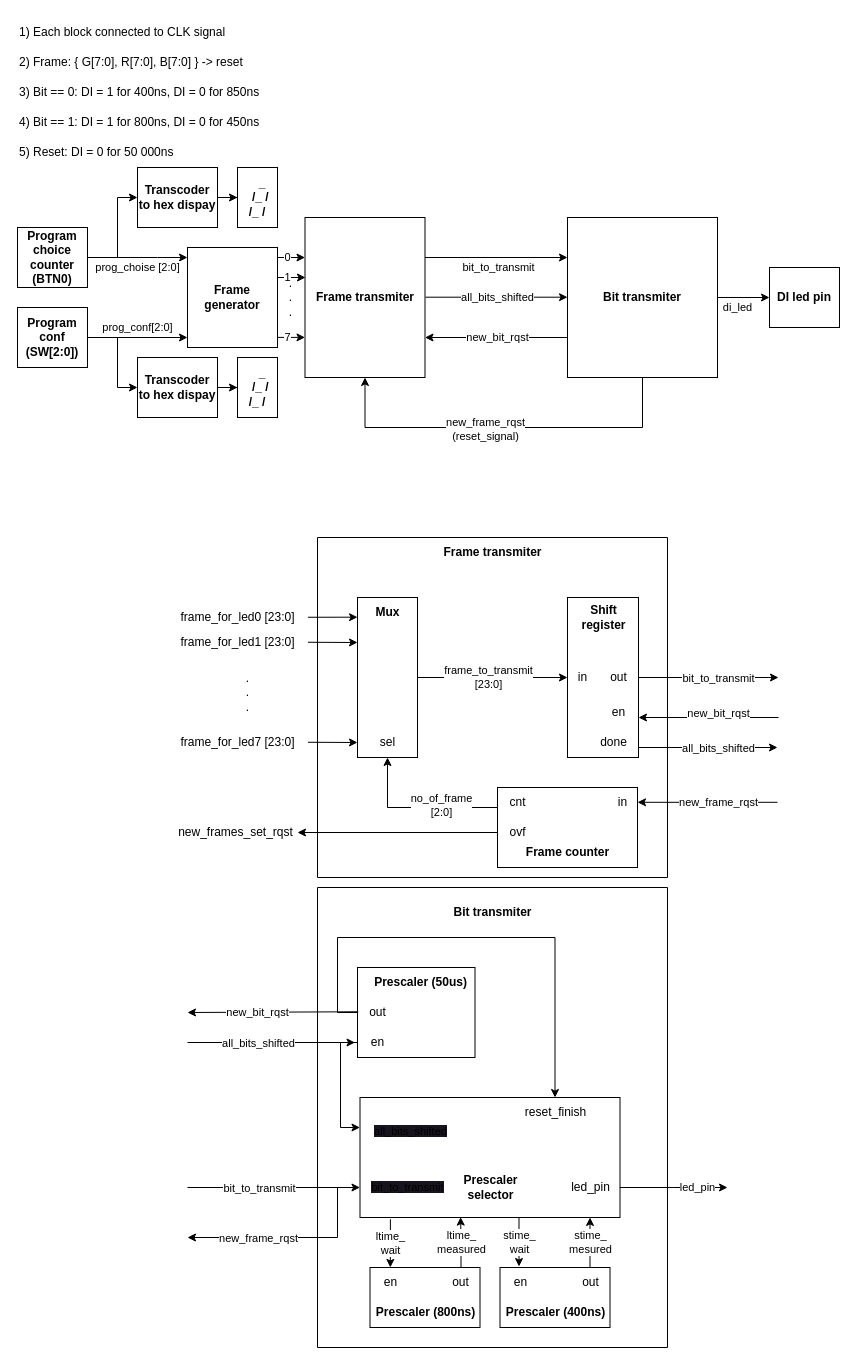
Before: LedSnake.drawio in r-smalec/LedSnake, a draw.io diagram. Source tidied: cells renumbered, new cells numbered last; positions are measured from the earlier drawing's top-left corner, leaving out a move shared by most shapes. Both pictures are drawn from the tidied source at 100%, with x=0, y=0 at pixel (17, 17).
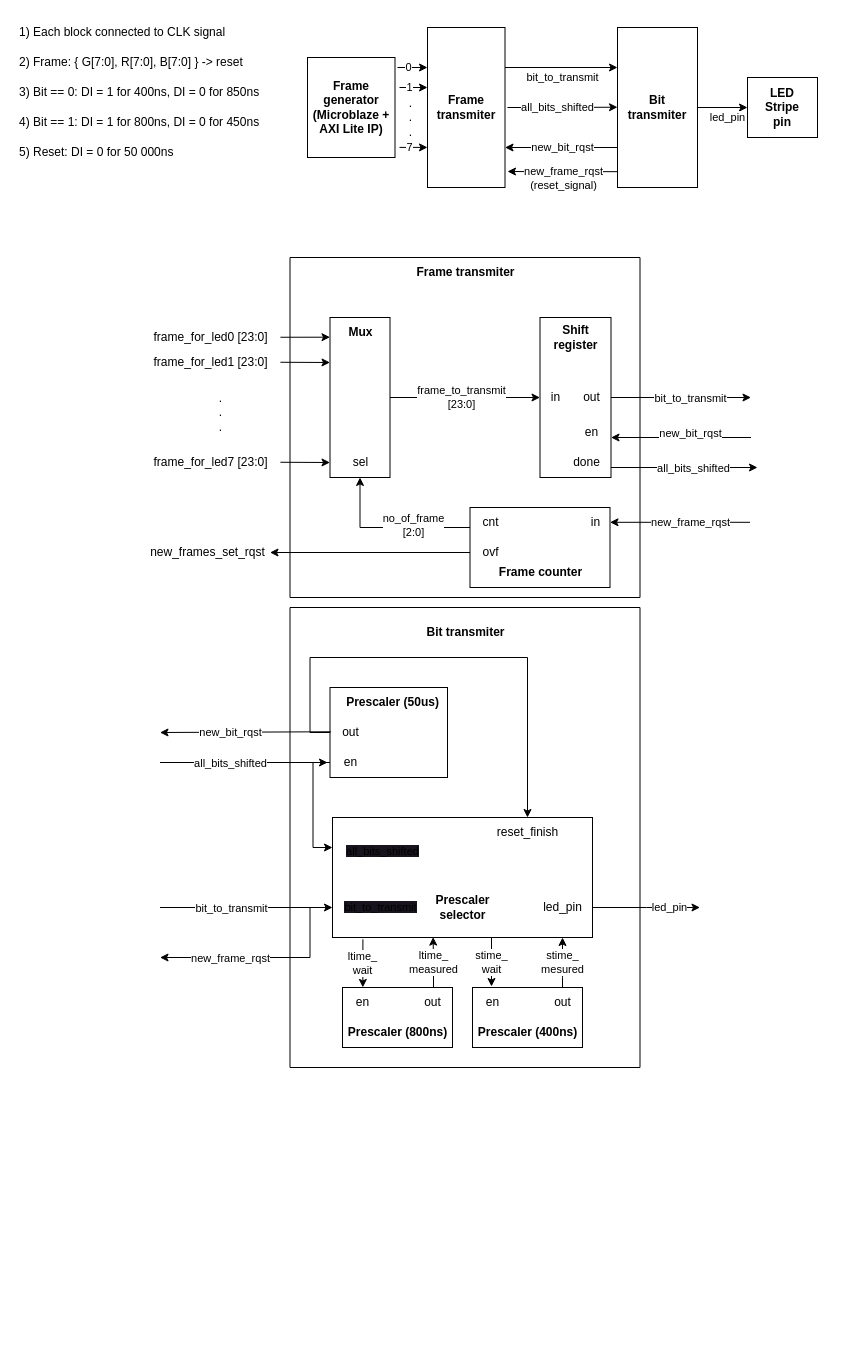
After the change.

Commit message:
Bit trsmitter added

The change refers to these unchanged cells:
```xml
<mxCell id="41" value="done" style="text;html=1;align=center;verticalAlign=middle;points=[];strokeColor=none;fillColor=none;" parent="28" vertex="1">
  <mxGeometry x="271" y="190" width="50" height="30" as="geometry" />
</mxCell>
<mxCell id="53" value="ovf" style="text;html=1;align=center;verticalAlign=middle;points=[];strokeColor=none;fillColor=none;" parent="28" vertex="1">
  <mxGeometry x="180" y="280" width="40" height="30" as="geometry" />
</mxCell>
<mxCell id="70" style="rounded=0;whiteSpace=wrap;html=1;" parent="68" vertex="1">
  <mxGeometry x="42.5" y="210" width="260" height="120" as="geometry" />
</mxCell>
<mxCell id="90" value="out" style="text;html=1;align=center;verticalAlign=middle;points=[];strokeColor=none;fillColor=none;" parent="68" vertex="1">
  <mxGeometry x="40" y="110" width="40" height="30" as="geometry" />
</mxCell>
<mxCell id="92" value="en" style="text;html=1;align=center;verticalAlign=middle;points=[];strokeColor=none;fillColor=none;" parent="68" vertex="1">
  <mxGeometry x="40" y="140" width="40" height="30" as="geometry" />
</mxCell>
```

Diff of the diagram source:
```diff
@@
-    <mxCell id="2" value="prog_choise [2:0]" style="edgeStyle=orthogonalEdgeStyle;rounded=0;jettySize=auto;html=1;" parent="1" edge="1" source="4">
-      <mxGeometry y="-10" relative="1" as="geometry">
-        <mxPoint x="170" y="240" as="targetPoint" />
-        <Array as="points">
-          <mxPoint x="140" y="240" />
-          <mxPoint x="140" y="240" />
-        </Array>
-      </mxGeometry>
-    </mxCell>
-    <mxCell id="3" style="edgeStyle=orthogonalEdgeStyle;rounded=0;jettySize=auto;html=1;entryX=0;entryY=0.5;entryDx=0;entryDy=0;" parent="1" edge="1" source="4" target="9">
-      <mxGeometry relative="1" as="geometry">
-        <Array as="points">
-          <mxPoint x="100" y="240" />
-          <mxPoint x="100" y="180" />
-        </Array>
-      </mxGeometry>
-    </mxCell>
-    <mxCell id="4" value="&lt;b&gt;Program choice&lt;br&gt;counter&lt;br&gt;(BTN0)&lt;/b&gt;" style="rounded=0;whiteSpace=wrap;html=1;" parent="1" vertex="1">
-      <mxGeometry y="210" width="70" height="60" as="geometry" />
-    </mxCell>
-    <mxCell id="5" value="prog_conf[2:0]" style="edgeStyle=orthogonalEdgeStyle;rounded=0;jettySize=auto;html=1;" parent="1" edge="1" source="7">
-      <mxGeometry y="10" relative="1" as="geometry">
-        <mxPoint x="170" y="320" as="targetPoint" />
-        <Array as="points">
-          <mxPoint x="90" y="320" />
-          <mxPoint x="90" y="320" />
-        </Array>
-      </mxGeometry>
-    </mxCell>
-    <mxCell id="6" style="edgeStyle=orthogonalEdgeStyle;rounded=0;jettySize=auto;html=1;entryX=0;entryY=0.5;entryDx=0;entryDy=0;" parent="1" edge="1" source="7" target="12">
-      <mxGeometry relative="1" as="geometry">
-        <Array as="points">
-          <mxPoint x="100" y="320" />
-          <mxPoint x="100" y="370" />
-        </Array>
-      </mxGeometry>
-    </mxCell>
-    <mxCell id="7" value="&lt;b&gt;Program conf&lt;br&gt;(SW[2:0])&lt;/b&gt;" style="rounded=0;whiteSpace=wrap;html=1;" parent="1" vertex="1">
-      <mxGeometry y="290" width="70" height="60" as="geometry" />
-    </mxCell>
-    <mxCell id="8" style="edgeStyle=orthogonalEdgeStyle;rounded=0;jettySize=auto;html=1;" parent="1" edge="1" source="9" target="10">
-      <mxGeometry relative="1" as="geometry" />
-    </mxCell>
-    <mxCell id="9" value="&lt;b&gt;Transcoder to hex dispay&lt;/b&gt;" style="rounded=0;whiteSpace=wrap;html=1;" parent="1" vertex="1">
-      <mxGeometry x="120" y="150" width="80" height="60" as="geometry" />
-    </mxCell>
-    <mxCell id="10" value="&lt;b&gt;&amp;nbsp; &amp;nbsp; &amp;nbsp;_&amp;nbsp;&amp;nbsp;&lt;br&gt;&amp;nbsp; /_ /&lt;br&gt;/_ /&lt;/b&gt;" style="rounded=0;whiteSpace=wrap;html=1;" parent="1" vertex="1">
-      <mxGeometry x="220" y="150" width="40" height="60" as="geometry" />
-    </mxCell>
-    <mxCell id="11" style="edgeStyle=orthogonalEdgeStyle;rounded=0;jettySize=auto;html=1;" parent="1" edge="1" source="12" target="13">
-      <mxGeometry relative="1" as="geometry" />
-    </mxCell>
-    <mxCell id="12" value="&lt;b&gt;Transcoder to hex dispay&lt;/b&gt;" style="rounded=0;whiteSpace=wrap;html=1;" parent="1" vertex="1">
-      <mxGeometry x="120" y="340" width="80" height="60" as="geometry" />
-    </mxCell>
-    <mxCell id="13" value="&lt;b&gt;&amp;nbsp; &amp;nbsp; &amp;nbsp;_&amp;nbsp;&amp;nbsp;&lt;br&gt;&amp;nbsp; /_ /&lt;br&gt;/_ /&lt;/b&gt;" style="rounded=0;whiteSpace=wrap;html=1;" parent="1" vertex="1">
-      <mxGeometry x="220" y="340" width="40" height="60" as="geometry" />
-    </mxCell>
@@
-    <mxCell id="15" value="&lt;b&gt;Frame transmiter&lt;/b&gt;" style="rounded=0;whiteSpace=wrap;html=1;" parent="1" vertex="1">
-      <mxGeometry x="287.5" y="200" width="120" height="160" as="geometry" />
+    <mxCell id="15" value="&lt;b&gt;Frame&lt;br&gt;transmiter&lt;/b&gt;" style="rounded=0;whiteSpace=wrap;html=1;" parent="1" vertex="1">
+      <mxGeometry x="410" y="10" width="77.5" height="160" as="geometry" />
     </mxCell>
@@
-    <mxCell id="17" value="di_led" style="edgeStyle=orthogonalEdgeStyle;rounded=0;jettySize=auto;html=1;exitX=1;exitY=0.5;exitDx=0;exitDy=0;entryX=0;entryY=0.5;entryDx=0;entryDy=0;" parent="1" edge="1" source="20" target="26">
-      <mxGeometry x="-0.23" y="-10" relative="1" as="geometry" />
+    <mxCell id="17" value="led_pin" style="edgeStyle=orthogonalEdgeStyle;rounded=0;jettySize=auto;html=1;exitX=1;exitY=0.5;exitDx=0;exitDy=0;entryX=0;entryY=0.5;entryDx=0;entryDy=0;" parent="1" edge="1" source="20" target="26">
+      <mxGeometry x="0.2" y="-10" relative="1" as="geometry" />
     </mxCell>
-    <mxCell id="18" style="edgeStyle=orthogonalEdgeStyle;rounded=0;jettySize=auto;html=1;entryX=0.5;entryY=1;entryDx=0;entryDy=0;" parent="1" edge="1" source="20" target="15">
+    <mxCell id="18" style="edgeStyle=orthogonalEdgeStyle;rounded=0;jettySize=auto;html=1;exitX=0.01;exitY=0.901;exitDx=0;exitDy=0;exitPerimeter=0;" parent="1" edge="1" source="20">
       <mxGeometry relative="1" as="geometry">
+        <mxPoint x="490" y="154" as="targetPoint" />
         <Array as="points">
-          <mxPoint x="625" y="410" />
-          <mxPoint x="348" y="410" />
+          <mxPoint x="530" y="154" />
+          <mxPoint x="530" y="154" />
         </Array>
       </mxGeometry>
     </mxCell>
     <mxCell id="19" value="new_frame_rqst&lt;br&gt;(reset_signal)" style="edgeLabel;html=1;align=center;verticalAlign=middle;" parent="18" vertex="1">
-      <mxGeometry x="0.1" y="1" relative="1" as="geometry" />
+      <mxGeometry x="0.1" y="1" relative="1" as="geometry">
+        <mxPoint x="6" y="5" as="offset" />
+      </mxGeometry>
     </mxCell>
-    <mxCell id="20" value="&lt;b&gt;Bit transmiter&lt;/b&gt;" style="rounded=0;whiteSpace=wrap;html=1;" parent="1" vertex="1">
-      <mxGeometry x="550" y="200" width="150" height="160" as="geometry" />
+    <mxCell id="20" value="&lt;b&gt;Bit&lt;br&gt;transmiter&lt;/b&gt;" style="rounded=0;whiteSpace=wrap;html=1;" parent="1" vertex="1">
+      <mxGeometry x="600" y="10" width="80" height="160" as="geometry" />
     </mxCell>
     <mxCell id="21" style="edgeStyle=orthogonalEdgeStyle;rounded=0;orthogonalLoop=1;jettySize=auto;html=1;exitX=0;exitY=0.5;exitDx=0;exitDy=0;entryX=0;entryY=0.5;entryDx=0;entryDy=0;" parent="1" edge="1">
       <mxGeometry relative="1" as="geometry">
-        <mxPoint x="665" y="510" as="sourcePoint" />
-        <mxPoint x="665" y="510" as="targetPoint" />
+        <mxPoint x="637.5" y="230" as="sourcePoint" />
+        <mxPoint x="637.5" y="230" as="targetPoint" />
       </mxGeometry>
     </mxCell>
@@
-    <mxCell id="26" value="&lt;b&gt;DI led pin&lt;/b&gt;" style="rounded=0;whiteSpace=wrap;html=1;" parent="1" vertex="1">
-      <mxGeometry x="752" y="250" width="70" height="60" as="geometry" />
+    <mxCell id="26" value="&lt;b&gt;LED&lt;br&gt;Stripe&lt;br&gt;pin&lt;br&gt;&lt;/b&gt;" style="rounded=0;whiteSpace=wrap;html=1;" parent="1" vertex="1">
+      <mxGeometry x="730" y="60" width="70" height="60" as="geometry" />
     </mxCell>
@@
     <mxCell id="28" style="swimlane;startSize=0;" parent="1" vertex="1">
-      <mxGeometry x="300" y="520" width="350" height="340" as="geometry" />
+      <mxGeometry x="272.5" y="240" width="350" height="340" as="geometry" />
     </mxCell>
@@
     <mxCell id="56" style="endArrow=classic;html=1;rounded=0;exitX=1;exitY=0.667;exitDx=0;exitDy=0;exitPerimeter=0;" parent="1" edge="1" source="41">
       <mxGeometry relative="1" as="geometry">
-        <mxPoint x="760" y="730" as="targetPoint" />
+        <mxPoint x="740" y="450" as="targetPoint" />
       </mxGeometry>
     </mxCell>
@@
-    <mxCell id="58" value="&lt;b&gt;Frame&lt;br&gt;generator&lt;/b&gt;" style="rounded=0;whiteSpace=wrap;html=1;" parent="1" vertex="1">
-      <mxGeometry x="170" y="230" width="90" height="100" as="geometry" />
+    <mxCell id="58" value="&lt;b&gt;Frame&lt;br&gt;generator (Microblaze + AXI Lite IP)&lt;/b&gt;" style="rounded=0;whiteSpace=wrap;html=1;" parent="1" vertex="1">
+      <mxGeometry x="290" y="40" width="87.5" height="100" as="geometry" />
     </mxCell>
     <mxCell id="59" value="0" style="endArrow=classic;html=1;rounded=0;entryX=0;entryY=0.25;entryDx=0;entryDy=0;" parent="1" edge="1" target="15">
       <mxGeometry x="-0.27" relative="1" as="geometry">
-        <mxPoint x="260" y="240" as="sourcePoint" />
+        <mxPoint x="380" y="50" as="sourcePoint" />
       </mxGeometry>
     </mxCell>
     <mxCell id="60" value="1" style="endArrow=classic;html=1;rounded=0;entryX=0;entryY=0.25;entryDx=0;entryDy=0;" parent="1" edge="1">
       <mxGeometry x="-0.27" relative="1" as="geometry">
-        <mxPoint x="260" y="260" as="sourcePoint" />
-        <mxPoint x="288" y="260" as="targetPoint" />
+        <mxPoint x="382" y="70" as="sourcePoint" />
+        <mxPoint x="410" y="70" as="targetPoint" />
       </mxGeometry>
     </mxCell>
     <mxCell id="61" value="7" style="endArrow=classic;html=1;rounded=0;entryX=0;entryY=0.25;entryDx=0;entryDy=0;" parent="1" edge="1">
       <mxGeometry x="-0.27" relative="1" as="geometry">
-        <mxPoint x="259.5" y="319.9" as="sourcePoint" />
-        <mxPoint x="287.5" y="319.9" as="targetPoint" />
+        <mxPoint x="382" y="129.9" as="sourcePoint" />
+        <mxPoint x="410" y="129.9" as="targetPoint" />
       </mxGeometry>
     </mxCell>
     <mxCell id="62" value=".&lt;br&gt;.&lt;br&gt;." style="text;html=1;align=center;verticalAlign=middle;strokeColor=none;fillColor=none;" parent="1" vertex="1">
-      <mxGeometry x="257.5" y="250" width="30" height="60" as="geometry" />
+      <mxGeometry x="377.5" y="70" width="30" height="60" as="geometry" />
     </mxCell>
     <mxCell id="63" value="frame_for_led7 [23:0]" style="text;html=1;align=center;verticalAlign=middle;points=[];strokeColor=none;fillColor=none;" parent="1" vertex="1">
-      <mxGeometry x="150" y="710" width="140" height="30" as="geometry" />
+      <mxGeometry x="122.5" y="430" width="140" height="30" as="geometry" />
     </mxCell>
     <mxCell id="64" value="frame_for_led1 [23:0]" style="text;html=1;align=center;verticalAlign=middle;points=[];strokeColor=none;fillColor=none;" parent="1" vertex="1">
-      <mxGeometry x="150" y="610" width="140" height="30" as="geometry" />
+      <mxGeometry x="122.5" y="330" width="140" height="30" as="geometry" />
     </mxCell>
     <mxCell id="65" value="frame_for_led0 [23:0]" style="text;html=1;align=center;verticalAlign=middle;points=[];strokeColor=none;fillColor=none;" parent="1" vertex="1">
-      <mxGeometry x="150" y="585" width="140" height="30" as="geometry" />
+      <mxGeometry x="122.5" y="305" width="140" height="30" as="geometry" />
     </mxCell>
@@
-    <mxCell id="67" value="all_bits_shifted" style="edgeStyle=orthogonalEdgeStyle;rounded=0;orthogonalLoop=1;jettySize=auto;html=1;exitX=1;exitY=0.25;exitDx=0;exitDy=0;entryX=0;entryY=0.25;entryDx=0;entryDy=0;" parent="1" edge="1">
-      <mxGeometry x="0.01" relative="1" as="geometry">
-        <mxPoint x="408" y="279.7" as="sourcePoint" />
-        <mxPoint x="550" y="279.7" as="targetPoint" />
+    <mxCell id="67" value="all_bits_shifted" style="edgeStyle=orthogonalEdgeStyle;rounded=0;orthogonalLoop=1;jettySize=auto;html=1;entryX=0;entryY=0.25;entryDx=0;entryDy=0;" parent="1" edge="1">
+      <mxGeometry x="-0.09" relative="1" as="geometry">
+        <mxPoint x="490" y="90" as="sourcePoint" />
+        <mxPoint x="600" y="89.7" as="targetPoint" />
+        <Array as="points">
+          <mxPoint x="540" y="90" />
+        </Array>
       </mxGeometry>
     </mxCell>
     <mxCell id="68" style="swimlane;startSize=0;" parent="1" vertex="1">
-      <mxGeometry x="300" y="870" width="350" height="460" as="geometry" />
+      <mxGeometry x="272.5" y="590" width="350" height="460" as="geometry" />
     </mxCell>
@@
     <mxCell id="97" style="edgeStyle=none;html=1;entryX=0;entryY=0.75;entryDx=0;entryDy=0;" parent="1" edge="1" target="70">
       <mxGeometry relative="1" as="geometry">
-        <mxPoint x="170" y="1170" as="sourcePoint" />
+        <mxPoint x="142.5" y="890" as="sourcePoint" />
       </mxGeometry>
     </mxCell>
@@
     <mxCell id="99" style="endArrow=classic;html=1;rounded=0;entryX=-0.062;entryY=0.5;entryDx=0;entryDy=0;entryPerimeter=0;" parent="1" edge="1" target="92">
       <mxGeometry relative="1" as="geometry">
-        <mxPoint x="170" y="1025" as="sourcePoint" />
+        <mxPoint x="142.5" y="745" as="sourcePoint" />
       </mxGeometry>
     </mxCell>
@@
     <mxCell id="101" style="endArrow=classic;html=1;rounded=0;exitX=0.02;exitY=0.476;exitDx=0;exitDy=0;exitPerimeter=0;" parent="1" edge="1" source="90">
       <mxGeometry relative="1" as="geometry">
-        <mxPoint x="170" y="995" as="targetPoint" />
+        <mxPoint x="142.5" y="715" as="targetPoint" />
       </mxGeometry>
     </mxCell>
@@
     <mxCell id="103" style="edgeStyle=none;html=1;" parent="1" edge="1" source="53">
       <mxGeometry relative="1" as="geometry">
-        <mxPoint x="280" y="815" as="targetPoint" />
+        <mxPoint x="252.5" y="535" as="targetPoint" />
       </mxGeometry>
     </mxCell>
     <mxCell id="104" value="new_frames_set_rqst" style="text;html=1;align=center;verticalAlign=middle;strokeColor=none;fillColor=none;" parent="1" vertex="1">
-      <mxGeometry x="147.5" y="800" width="140" height="30" as="geometry" />
+      <mxGeometry x="120" y="520" width="140" height="30" as="geometry" />
     </mxCell>
```
